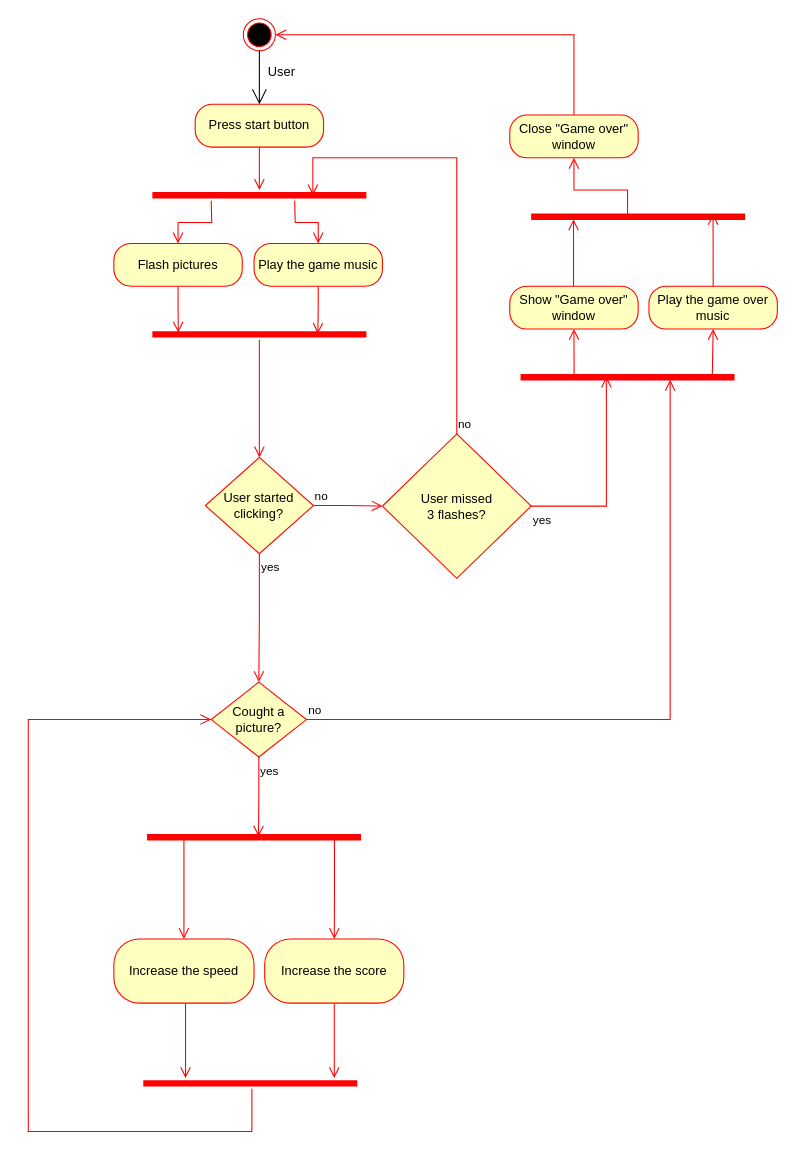
The draw.io diagram Activity.drawio in HeliHaavisto/diagrams, before the edit. Source tidied: cells renumbered, new cells numbered last; positions are measured from the earlier drawing's top-left corner, leaving out a move shared by most shapes. Both pictures are drawn from the tidied source at 107%, with x=0, y=0 at pixel (28, 18).
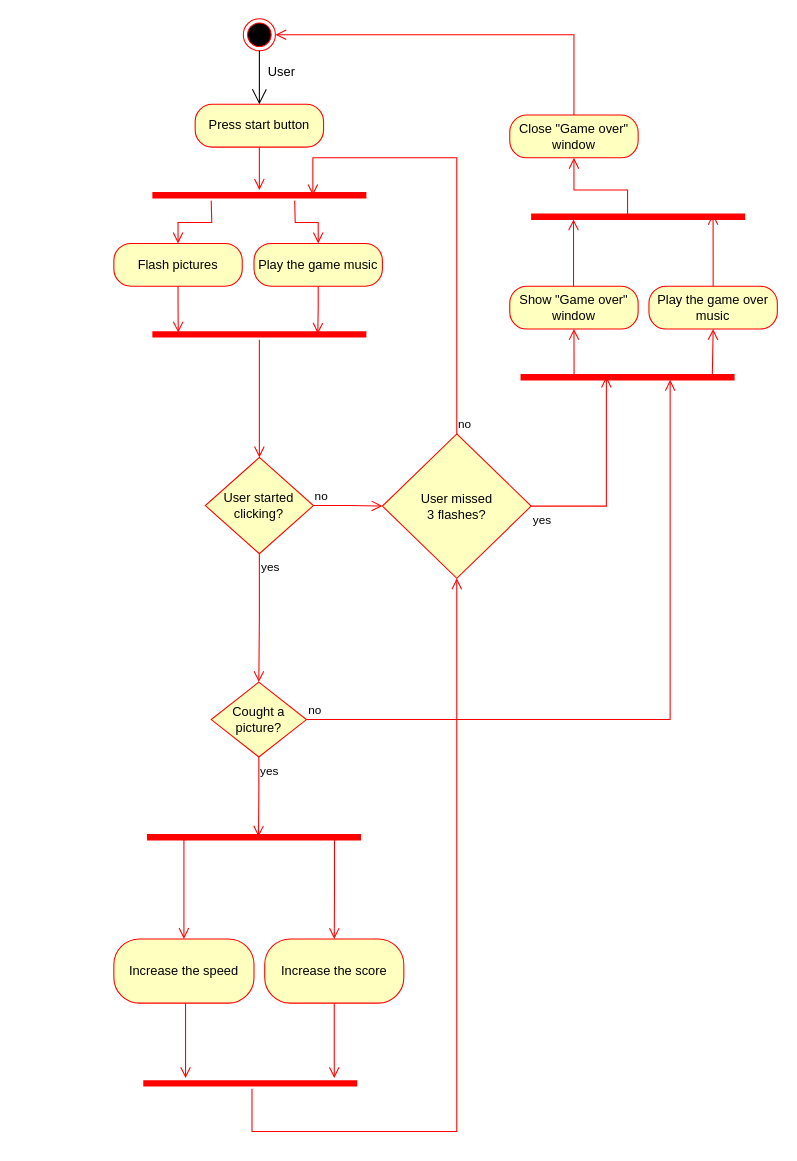
Above is the later version.

Unchanged cells that the change refers to:
```xml
<mxCell id="19" style="shape=line;html=1;strokeWidth=6;strokeColor=#ff0000;" parent="1" vertex="1">
  <mxGeometry x="107.4" y="990" width="200" height="10" as="geometry" />
</mxCell>
<mxCell id="23" value="Cought a picture?" style="rhombus;whiteSpace=wrap;html=1;fillColor=#ffffc0;strokeColor=#ff0000;" parent="1" vertex="1">
  <mxGeometry x="170.9" y="620" width="89" height="70" as="geometry" />
</mxCell>
<mxCell id="35" value="User missed&lt;br&gt;3 flashes?" style="rhombus;whiteSpace=wrap;html=1;fillColor=#ffffc0;strokeColor=#ff0000;" parent="1" vertex="1">
  <mxGeometry x="330.9" y="388" width="139" height="135" as="geometry" />
</mxCell>
```

Diff of the diagram source:
```diff
@@
-    <mxCell id="20" style="edgeStyle=orthogonalEdgeStyle;html=1;verticalAlign=bottom;endArrow=open;endSize=8;strokeColor=#ff0000;rounded=0;" parent="1" edge="1" source="19" target="23">
+    <mxCell id="20" style="edgeStyle=orthogonalEdgeStyle;html=1;verticalAlign=bottom;endArrow=open;endSize=8;strokeColor=#ff0000;rounded=0;entryX=0.5;entryY=1;entryDx=0;entryDy=0;" parent="1" edge="1" source="19" target="35">
       <mxGeometry relative="1" as="geometry">
         <Array as="points">
-          <mxPoint x="208.9" y="1040" />
-          <mxPoint x="-0.1" y="1040" />
-          <mxPoint x="-0.1" y="655" />
+          <mxPoint x="209" y="1040" />
+          <mxPoint x="400" y="1040" />
         </Array>
       </mxGeometry>
     </mxCell>
```
